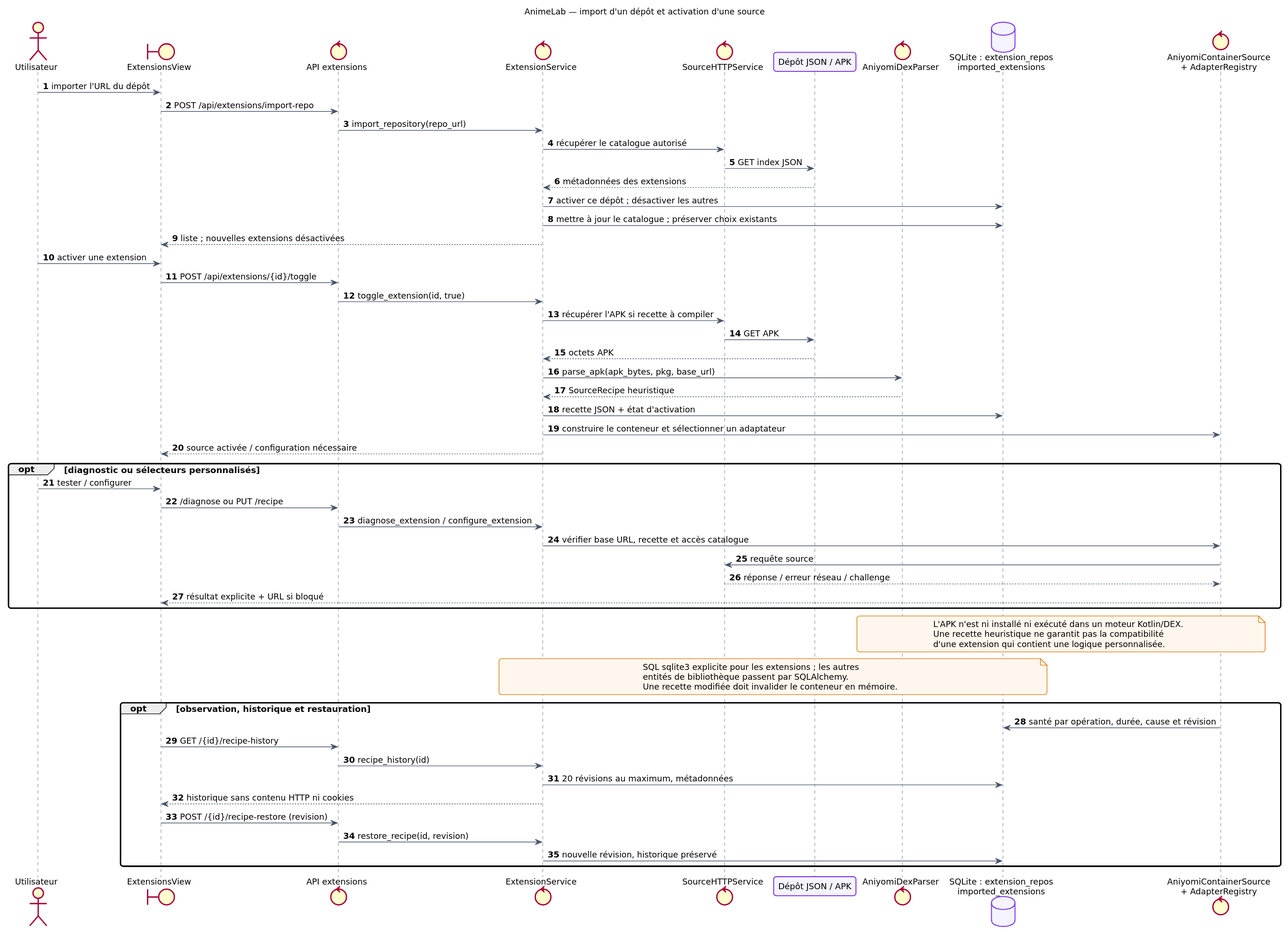
Above: docs/architecture/svg/11-sequence-extensions.svg in loeuf237/animan-python (PlantUML), before the change.
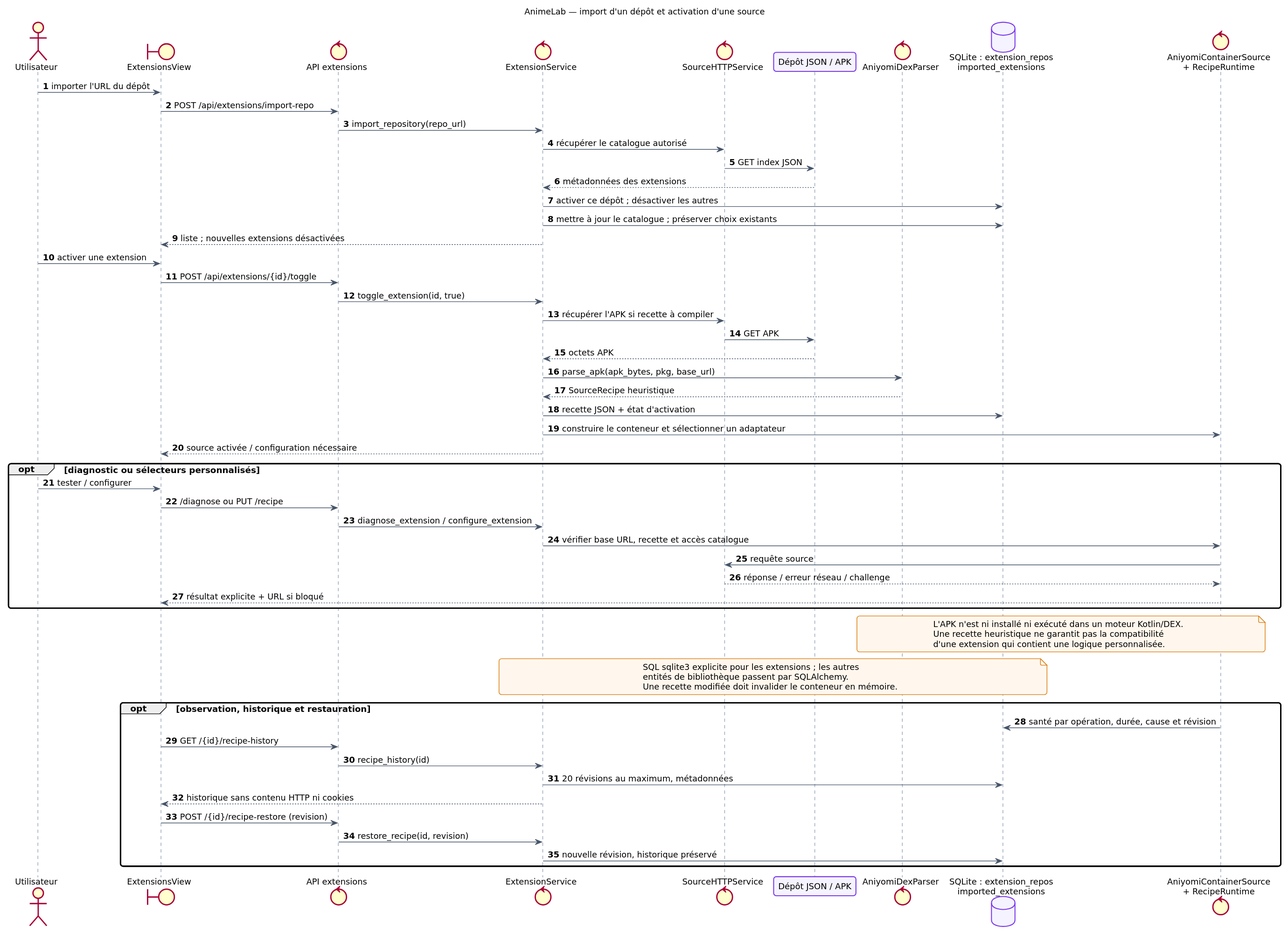
The same diagram one commit later.

The edit, as a diff of the source:
```diff
@@ -34,7 +34,7 @@
 participant "Dépôt JSON / APK" as Repo
 control AniyomiDexParser as Parser
 database "SQLite : extension_repos\nimported_extensions" as DB
-control "AniyomiContainerSource\n+ AdapterRegistry" as Runtime
+control "AniyomiContainerSource\n+ RecipeRuntime" as Runtime
 U -> UI : importer l'URL du dépôt
 UI -> API : POST /api/extensions/import-repo
 API -> Ext : import_repository(repo_url)
```
